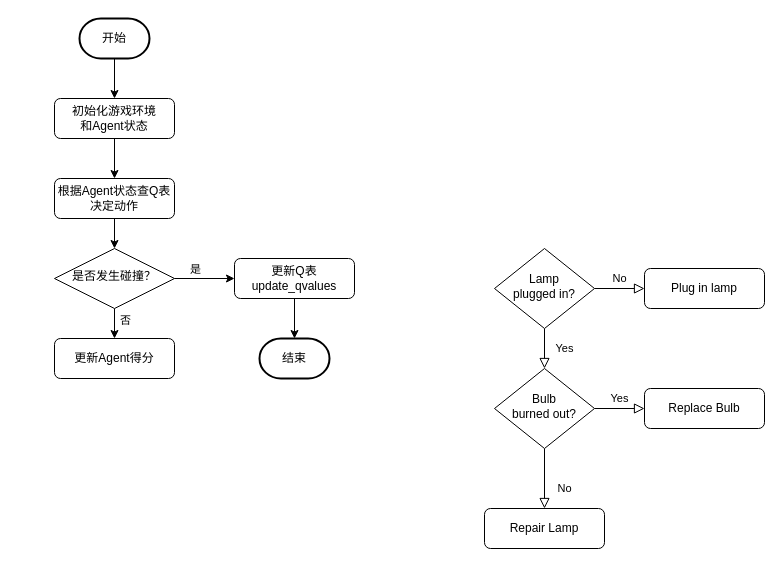
Earlier version of the draw.io diagram Q-learning for Flappy Bird.drawio (Zhou-AY/hello-world). Source tidied: cells renumbered, new cells numbered last; positions are measured from the earlier drawing's top-left corner, leaving out a move shared by most shapes. Both pictures are drawn from the tidied source at 100%, with x=0, y=0 at pixel (54, 18).
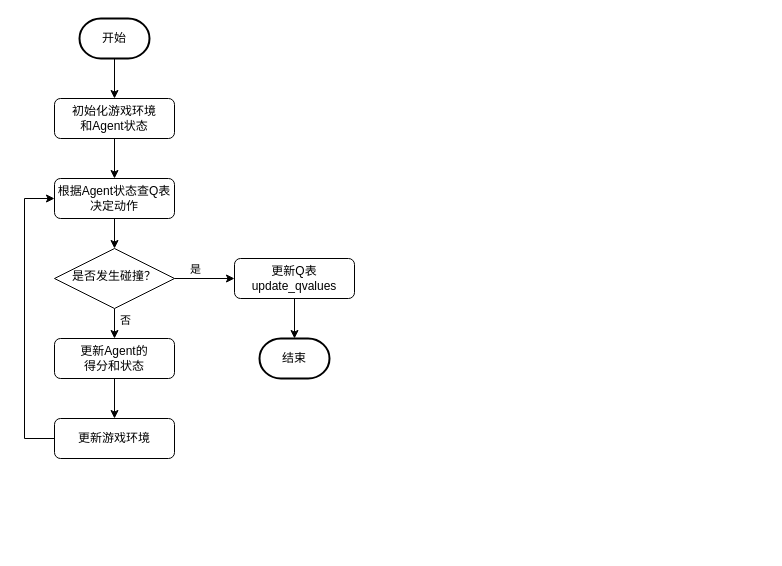
Above is the later version.

The change refers to these unchanged cells:
```xml
<mxCell id="17" value="根据Agent状态查Q表&lt;br&gt;决定动作" style="rounded=1;whiteSpace=wrap;html=1;fontSize=12;glass=0;strokeWidth=1;shadow=0;" parent="1" vertex="1">
  <mxGeometry y="160" width="120" height="40" as="geometry" />
</mxCell>
```

Change to the diagram source:
```diff
@@
-    <mxCell id="4" value="Yes" style="rounded=0;html=1;jettySize=auto;fontSize=11;endArrow=block;endFill=0;endSize=8;strokeWidth=1;shadow=0;labelBackgroundColor=none;edgeStyle=orthogonalEdgeStyle;" parent="1" edge="1" source="6" target="10">
-      <mxGeometry y="20" relative="1" as="geometry" />
-    </mxCell>
-    <mxCell id="5" value="No" style="edgeStyle=orthogonalEdgeStyle;rounded=0;html=1;jettySize=auto;fontSize=11;endArrow=block;endFill=0;endSize=8;strokeWidth=1;shadow=0;labelBackgroundColor=none;" parent="1" edge="1" source="6" target="7">
-      <mxGeometry y="10" relative="1" as="geometry" />
-    </mxCell>
-    <mxCell id="6" value="Lamp&lt;br&gt;plugged in?" style="rhombus;whiteSpace=wrap;html=1;shadow=0;fontFamily=Helvetica;fontSize=12;align=center;strokeWidth=1;spacing=6;spacingTop=-4;" parent="1" vertex="1">
-      <mxGeometry x="440" y="230" width="100" height="80" as="geometry" />
-    </mxCell>
-    <mxCell id="7" value="Plug in lamp" style="rounded=1;whiteSpace=wrap;html=1;fontSize=12;glass=0;strokeWidth=1;shadow=0;" parent="1" vertex="1">
-      <mxGeometry x="590" y="250" width="120" height="40" as="geometry" />
-    </mxCell>
-    <mxCell id="8" value="No" style="rounded=0;html=1;jettySize=auto;fontSize=11;endArrow=block;endFill=0;endSize=8;strokeWidth=1;shadow=0;labelBackgroundColor=none;edgeStyle=orthogonalEdgeStyle;" parent="1" edge="1" source="10" target="11">
-      <mxGeometry x="0.33" y="20" relative="1" as="geometry" />
-    </mxCell>
-    <mxCell id="9" value="Yes" style="edgeStyle=orthogonalEdgeStyle;rounded=0;html=1;jettySize=auto;fontSize=11;endArrow=block;endFill=0;endSize=8;strokeWidth=1;shadow=0;labelBackgroundColor=none;" parent="1" edge="1" source="10" target="12">
-      <mxGeometry y="10" relative="1" as="geometry" />
-    </mxCell>
-    <mxCell id="10" value="Bulb&lt;br&gt;burned out?" style="rhombus;whiteSpace=wrap;html=1;shadow=0;fontFamily=Helvetica;fontSize=12;align=center;strokeWidth=1;spacing=6;spacingTop=-4;" parent="1" vertex="1">
-      <mxGeometry x="440" y="350" width="100" height="80" as="geometry" />
-    </mxCell>
-    <mxCell id="11" value="Repair Lamp" style="rounded=1;whiteSpace=wrap;html=1;fontSize=12;glass=0;strokeWidth=1;shadow=0;" parent="1" vertex="1">
-      <mxGeometry x="430" y="490" width="120" height="40" as="geometry" />
-    </mxCell>
-    <mxCell id="12" value="Replace Bulb" style="rounded=1;whiteSpace=wrap;html=1;fontSize=12;glass=0;strokeWidth=1;shadow=0;" parent="1" vertex="1">
-      <mxGeometry x="590" y="370" width="120" height="40" as="geometry" />
-    </mxCell>
@@
+    <mxCell id="26" style="edgeStyle=orthogonalEdgeStyle;rounded=0;jettySize=auto;html=1;exitX=0.5;exitY=1;exitDx=0;exitDy=0;entryX=0.5;entryY=0;entryDx=0;entryDy=0;" parent="1" edge="1" source="23" target="28">
+      <mxGeometry relative="1" as="geometry" />
+    </mxCell>
-    <mxCell id="23" value="更新Agent得分" style="rounded=1;whiteSpace=wrap;html=1;fontSize=12;glass=0;strokeWidth=1;shadow=0;" parent="1" vertex="1">
+    <mxCell id="23" value="更新Agent的&lt;br&gt;得分和状态" style="rounded=1;whiteSpace=wrap;html=1;fontSize=12;glass=0;strokeWidth=1;shadow=0;" parent="1" vertex="1">
       <mxGeometry y="320" width="120" height="40" as="geometry" />
     </mxCell>
@@
+    <mxCell id="27" style="edgeStyle=orthogonalEdgeStyle;rounded=0;jettySize=auto;html=1;exitX=0;exitY=0.5;exitDx=0;exitDy=0;entryX=0;entryY=0.5;entryDx=0;entryDy=0;" parent="1" edge="1" source="28" target="17">
+      <mxGeometry relative="1" as="geometry">
+        <Array as="points">
+          <mxPoint x="-30" y="420" />
+          <mxPoint x="-30" y="180" />
+        </Array>
+      </mxGeometry>
+    </mxCell>
+    <mxCell id="28" value="更新游戏环境" style="rounded=1;whiteSpace=wrap;html=1;fontSize=12;glass=0;strokeWidth=1;shadow=0;" parent="1" vertex="1">
+      <mxGeometry y="400" width="120" height="40" as="geometry" />
+    </mxCell>
```
